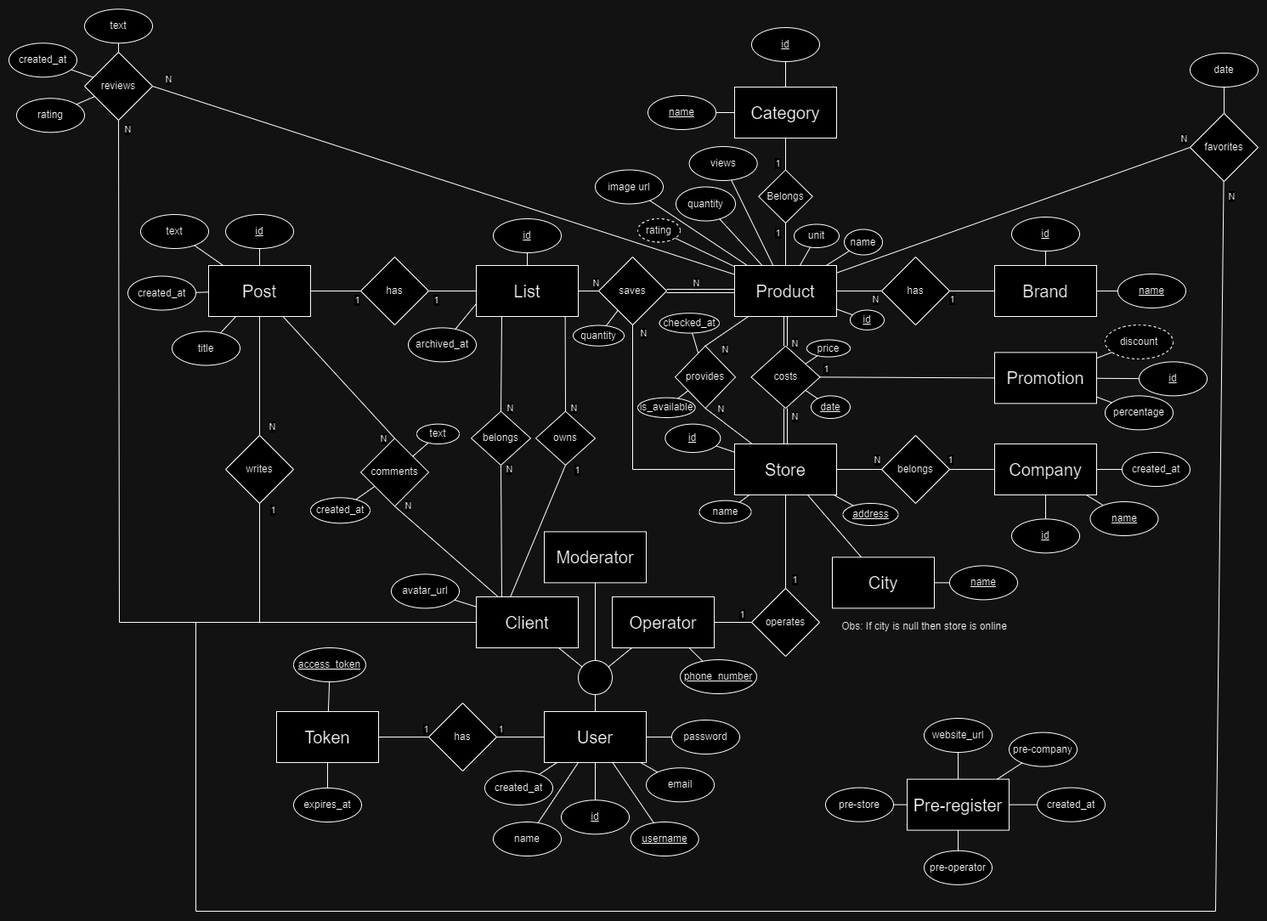
Earlier version of the draw.io export docs/EA_model.png (AndreGraca3/Market-Tracker). Source tidied: cells renumbered, new cells last; positions are measured from the earlier drawing's top-left corner, leaving out a move shared by most shapes.
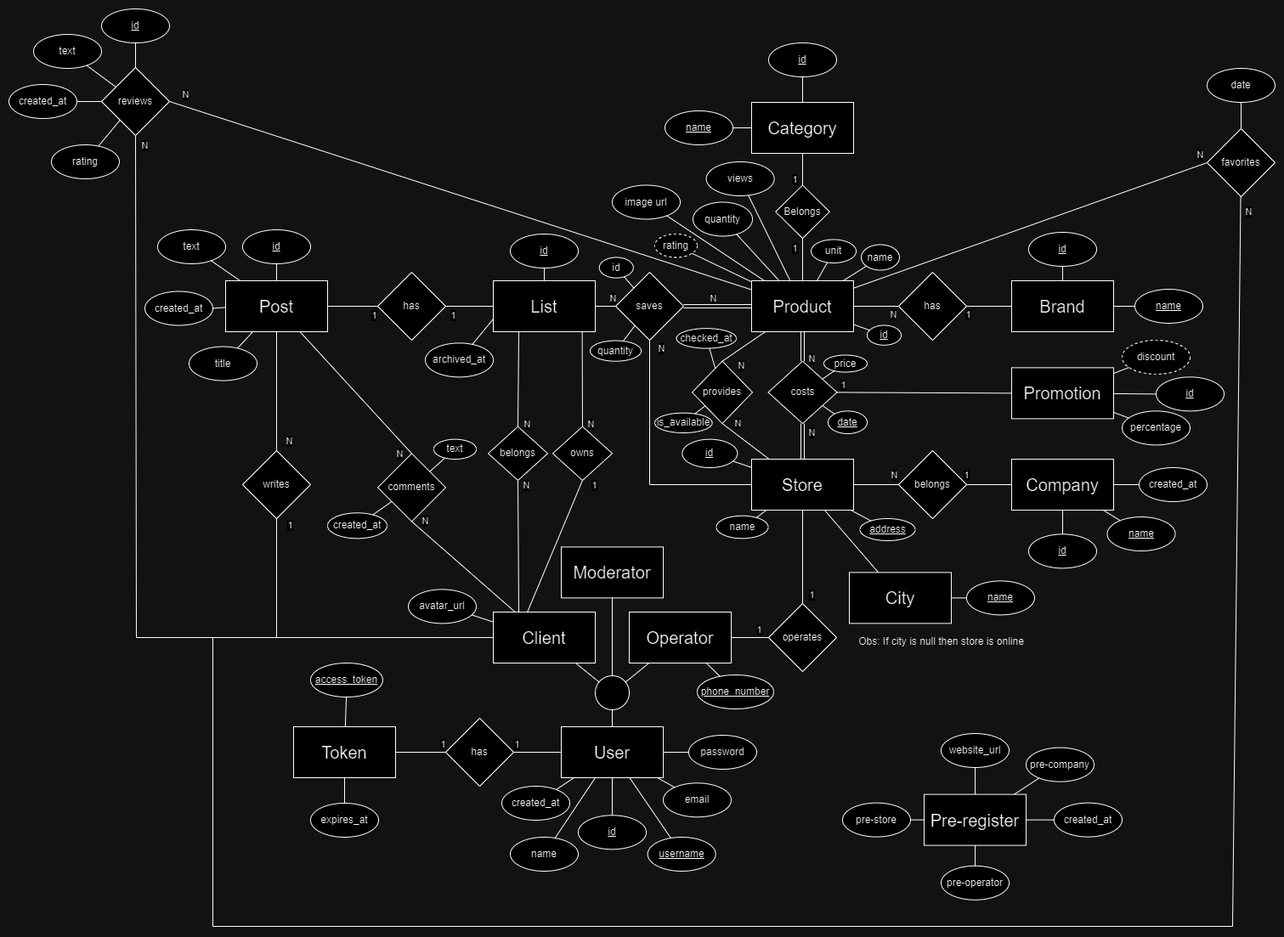
Above is the later version.

What changed in the source:
```diff
@@ -333,16 +333,16 @@
       <mxGeometry relative="1" as="geometry" />
     </mxCell>
     <mxCell id="101" value="created_at" style="ellipse;whiteSpace=wrap;html=1;" parent="1" vertex="1">
-      <mxGeometry y="40.3" width="80" height="40" as="geometry" />
+      <mxGeometry x="-20" y="71" width="80" height="40" as="geometry" />
     </mxCell>
     <mxCell id="102" value="rating" style="ellipse;whiteSpace=wrap;html=1;" parent="1" vertex="1">
-      <mxGeometry x="9" y="105.3" width="80" height="40" as="geometry" />
+      <mxGeometry x="30" y="142" width="80" height="40" as="geometry" />
     </mxCell>
     <mxCell id="103" style="endArrow=none;html=1;rounded=0;" parent="1" edge="1" source="97" target="102">
       <mxGeometry relative="1" as="geometry" />
     </mxCell>
     <mxCell id="104" value="text" style="ellipse;whiteSpace=wrap;html=1;" parent="1" vertex="1">
-      <mxGeometry x="89" y="0.3" width="80" height="40" as="geometry" />
+      <mxGeometry x="9" y="12" width="80" height="40" as="geometry" />
     </mxCell>
     <mxCell id="105" style="endArrow=none;html=1;rounded=0;" parent="1" edge="1" source="97" target="104">
       <mxGeometry relative="1" as="geometry" />
@@ -669,5 +669,17 @@
         <mxPoint x="-6" y="63" as="offset" />
       </mxGeometry>
     </mxCell>
+    <mxCell id="201" value="&lt;u&gt;id&lt;/u&gt;" style="ellipse;whiteSpace=wrap;html=1;" parent="1" vertex="1">
+      <mxGeometry x="89" y="-18" width="80" height="40" as="geometry" />
+    </mxCell>
+    <mxCell id="202" style="endArrow=none;html=1;rounded=0;exitX=0.5;exitY=0;exitDx=0;exitDy=0;" parent="1" edge="1" source="97" target="201">
+      <mxGeometry relative="1" as="geometry" />
+    </mxCell>
+    <mxCell id="203" value="id" style="ellipse;whiteSpace=wrap;html=1;" parent="1" vertex="1">
+      <mxGeometry x="674.8" y="274.5" width="40" height="24.2" as="geometry" />
+    </mxCell>
+    <mxCell id="204" style="endArrow=none;html=1;rounded=0;" parent="1" edge="1" source="23" target="203">
+      <mxGeometry relative="1" as="geometry" />
+    </mxCell>
   </root>
 </mxGraphModel>
```
